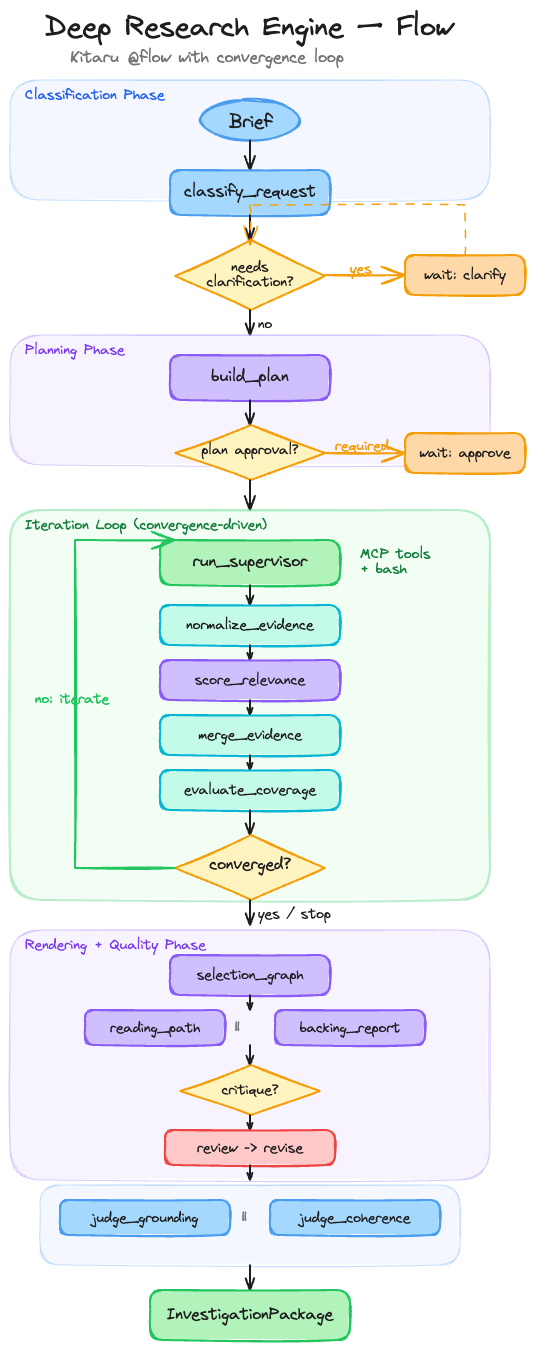
Above: flow.png in zenml-io/deep-research (Excalidraw), before the change. Source tidied: one line per element, renumbered; positions are measured from the earlier drawing's top-left corner, leaving out a move shared by most shapes. The source it was exported from:
```json
{"id": 0, "type": "text", "text": "Deep Research Engine — Flow", "strokeColor": "#1e1e1e", "strokeWidth": 2, "roughness": 1, "fontSize": 28, "fontFamily": 1, "x": 35, "y": 0, "width": 400, "height": 35}
{"id": 1, "type": "text", "text": "Kitaru @flow with convergence loop", "strokeColor": "#757575", "strokeWidth": 2, "roughness": 1, "fontSize": 16, "fontFamily": 1, "x": 60, "y": 38, "width": 300, "height": 20}
{"id": 2, "type": "rectangle", "strokeColor": "#4a9eed", "backgroundColor": "#dbe4ff", "fillStyle": "solid", "strokeWidth": 1, "roughness": 1, "opacity": 30, "round": true, "x": 0, "y": 70, "width": 480, "height": 120}
{"id": 3, "type": "text", "text": "Classification Phase", "strokeColor": "#2563eb", "strokeWidth": 2, "roughness": 1, "fontSize": 14, "fontFamily": 1, "x": 15, "y": 76, "width": 200, "height": 18}
{"id": 4, "type": "ellipse", "strokeColor": "#4a9eed", "backgroundColor": "#a5d8ff", "fillStyle": "solid", "strokeWidth": 2, "roughness": 1, "x": 190, "y": 90, "width": 100, "height": 40}
{"id": 5, "type": "text", "text": "Brief", "strokeColor": "#1e1e1e", "strokeWidth": 2, "roughness": 1, "fontSize": 18, "fontFamily": 1, "textAlign": "center", "verticalAlign": "middle", "inside": 4, "x": 216, "y": 100, "width": 50, "height": 25}
{"id": 6, "type": "arrow", "strokeColor": "#1e1e1e", "strokeWidth": 2, "roughness": 1, "endArrowhead": "arrow", "x": 240, "y": 130, "width": 0, "height": 30, "points": [[0, 0], [0, 30]]}
{"id": 7, "type": "rectangle", "strokeColor": "#4a9eed", "backgroundColor": "#a5d8ff", "fillStyle": "solid", "strokeWidth": 2, "roughness": 1, "round": true, "x": 160, "y": 160, "width": 160, "height": 45}
{"id": 8, "type": "text", "text": "classify_request", "strokeColor": "#1e1e1e", "strokeWidth": 2, "roughness": 1, "fontSize": 16, "fontFamily": 1, "textAlign": "center", "verticalAlign": "middle", "inside": 7, "x": 180, "y": 172, "width": 120, "height": 20}
{"id": 9, "type": "arrow", "strokeColor": "#1e1e1e", "strokeWidth": 2, "roughness": 1, "endArrowhead": "arrow", "x": 240, "y": 205, "width": 0, "height": 25, "points": [[0, 0], [0, 25]]}
{"id": 10, "type": "diamond", "strokeColor": "#f59e0b", "backgroundColor": "#fff3bf", "fillStyle": "solid", "strokeWidth": 2, "roughness": 1, "x": 165, "y": 230, "width": 150, "height": 70}
{"id": 11, "type": "text", "text": "needs\nclarification?", "strokeColor": "#1e1e1e", "strokeWidth": 2, "roughness": 1, "fontSize": 14, "fontFamily": 1, "textAlign": "center", "verticalAlign": "middle", "inside": 10, "x": 190, "y": 250, "width": 100, "height": 30}
{"id": 12, "type": "arrow", "strokeColor": "#f59e0b", "strokeWidth": 2, "roughness": 1, "endArrowhead": "arrow", "x": 315, "y": 265, "width": 80, "height": 0, "points": [[0, 0], [80, 0]]}
{"id": 13, "type": "text", "text": "yes", "strokeColor": "#f59e0b", "strokeWidth": 2, "roughness": 1, "fontSize": 14, "fontFamily": 1, "x": 340, "y": 250, "width": 30, "height": 18}
{"id": 14, "type": "rectangle", "strokeColor": "#f59e0b", "backgroundColor": "#ffd8a8", "fillStyle": "solid", "strokeWidth": 2, "roughness": 1, "round": true, "x": 395, "y": 245, "width": 120, "height": 40}
{"id": 15, "type": "text", "text": "wait: clarify", "strokeColor": "#1e1e1e", "strokeWidth": 2, "roughness": 1, "fontSize": 14, "fontFamily": 1, "textAlign": "center", "verticalAlign": "middle", "inside": 14, "x": 415, "y": 255, "width": 80, "height": 20}
{"id": 16, "type": "arrow", "strokeColor": "#f59e0b", "strokeWidth": 1, "strokeStyle": "dashed", "roughness": 1, "endArrowhead": "arrow", "x": 455, "y": 245, "width": 215, "height": 50, "points": [[0, 0], [0, -50], [-215, -50], [-215, -10]]}
{"id": 17, "type": "arrow", "strokeColor": "#1e1e1e", "strokeWidth": 2, "roughness": 1, "endArrowhead": "arrow", "x": 240, "y": 300, "width": 0, "height": 25, "points": [[0, 0], [0, 25]]}
{"id": 18, "type": "text", "text": "no", "strokeColor": "#1e1e1e", "strokeWidth": 2, "roughness": 1, "fontSize": 14, "fontFamily": 1, "x": 248, "y": 305, "width": 20, "height": 18}
{"id": 19, "type": "rectangle", "strokeColor": "#8b5cf6", "backgroundColor": "#e5dbff", "fillStyle": "solid", "strokeWidth": 1, "roughness": 1, "opacity": 30, "round": true, "x": 0, "y": 325, "width": 480, "height": 130}
{"id": 20, "type": "text", "text": "Planning Phase", "strokeColor": "#7c3aed", "strokeWidth": 2, "roughness": 1, "fontSize": 14, "fontFamily": 1, "x": 15, "y": 331, "width": 150, "height": 18}
{"id": 21, "type": "rectangle", "strokeColor": "#8b5cf6", "backgroundColor": "#d0bfff", "fillStyle": "solid", "strokeWidth": 2, "roughness": 1, "round": true, "x": 160, "y": 345, "width": 160, "height": 45}
{"id": 22, "type": "text", "text": "build_plan", "strokeColor": "#1e1e1e", "strokeWidth": 2, "roughness": 1, "fontSize": 16, "fontFamily": 1, "textAlign": "center", "verticalAlign": "middle", "inside": 21, "x": 195, "y": 357, "width": 90, "height": 20}
{"id": 23, "type": "arrow", "strokeColor": "#1e1e1e", "strokeWidth": 2, "roughness": 1, "endArrowhead": "arrow", "x": 240, "y": 390, "width": 0, "height": 25, "points": [[0, 0], [0, 25]]}
{"id": 24, "type": "diamond", "strokeColor": "#f59e0b", "backgroundColor": "#fff3bf", "fillStyle": "solid", "strokeWidth": 2, "roughness": 1, "x": 165, "y": 415, "width": 150, "height": 55}
{"id": 25, "type": "text", "text": "plan approval?", "strokeColor": "#1e1e1e", "strokeWidth": 2, "roughness": 1, "fontSize": 14, "fontFamily": 1, "textAlign": "center", "verticalAlign": "middle", "inside": 24, "x": 190, "y": 430, "width": 100, "height": 20}
{"id": 26, "type": "arrow", "strokeColor": "#f59e0b", "strokeWidth": 2, "roughness": 1, "endArrowhead": "arrow", "x": 315, "y": 443, "width": 80, "height": 0, "points": [[0, 0], [80, 0]]}
{"id": 27, "type": "text", "text": "required", "strokeColor": "#f59e0b", "strokeWidth": 2, "roughness": 1, "fontSize": 14, "fontFamily": 1, "x": 325, "y": 427, "width": 60, "height": 18}
{"id": 28, "type": "rectangle", "strokeColor": "#f59e0b", "backgroundColor": "#ffd8a8", "fillStyle": "solid", "strokeWidth": 2, "roughness": 1, "round": true, "x": 395, "y": 423, "width": 120, "height": 40}
{"id": 29, "type": "text", "text": "wait: approve", "strokeColor": "#1e1e1e", "strokeWidth": 2, "roughness": 1, "fontSize": 14, "fontFamily": 1, "textAlign": "center", "verticalAlign": "middle", "inside": 28, "x": 408, "y": 433, "width": 94, "height": 20}
{"id": 30, "type": "arrow", "strokeColor": "#1e1e1e", "strokeWidth": 2, "roughness": 1, "endArrowhead": "arrow", "x": 240, "y": 470, "width": 0, "height": 30, "points": [[0, 0], [0, 30]]}
{"id": 31, "type": "rectangle", "strokeColor": "#22c55e", "backgroundColor": "#d3f9d8", "fillStyle": "solid", "strokeWidth": 2, "roughness": 1, "opacity": 30, "round": true, "x": 0, "y": 500, "width": 480, "height": 390}
{"id": 32, "type": "text", "text": "Iteration Loop (convergence-driven)", "strokeColor": "#15803d", "strokeWidth": 2, "roughness": 1, "fontSize": 14, "fontFamily": 1, "x": 15, "y": 506, "width": 300, "height": 18}
{"id": 33, "type": "rectangle", "strokeColor": "#22c55e", "backgroundColor": "#b2f2bb", "fillStyle": "solid", "strokeWidth": 2, "roughness": 1, "round": true, "x": 150, "y": 530, "width": 180, "height": 45}
{"id": 34, "type": "text", "text": "run_supervisor", "strokeColor": "#1e1e1e", "strokeWidth": 2, "roughness": 1, "fontSize": 16, "fontFamily": 1, "textAlign": "center", "verticalAlign": "middle", "inside": 33, "x": 183, "y": 542, "width": 114, "height": 20}
{"id": 35, "type": "text", "text": "MCP tools\n+ bash", "strokeColor": "#15803d", "strokeWidth": 2, "roughness": 1, "fontSize": 14, "fontFamily": 1, "x": 350, "y": 537, "width": 70, "height": 30}
{"id": 36, "type": "arrow", "strokeColor": "#1e1e1e", "strokeWidth": 2, "roughness": 1, "endArrowhead": "arrow", "x": 240, "y": 575, "width": 0, "height": 20, "points": [[0, 0], [0, 20]]}
{"id": 37, "type": "rectangle", "strokeColor": "#06b6d4", "backgroundColor": "#c3fae8", "fillStyle": "solid", "strokeWidth": 2, "roughness": 1, "round": true, "x": 150, "y": 595, "width": 180, "height": 40}
{"id": 38, "type": "text", "text": "normalize_evidence", "strokeColor": "#1e1e1e", "strokeWidth": 2, "roughness": 1, "fontSize": 14, "fontFamily": 1, "textAlign": "center", "verticalAlign": "middle", "inside": 37, "x": 168, "y": 605, "width": 144, "height": 20}
{"id": 39, "type": "arrow", "strokeColor": "#1e1e1e", "strokeWidth": 2, "roughness": 1, "endArrowhead": "arrow", "x": 240, "y": 635, "width": 0, "height": 15, "points": [[0, 0], [0, 15]]}
{"id": 40, "type": "rectangle", "strokeColor": "#8b5cf6", "backgroundColor": "#d0bfff", "fillStyle": "solid", "strokeWidth": 2, "roughness": 1, "round": true, "x": 150, "y": 650, "width": 180, "height": 40}
{"id": 41, "type": "text", "text": "score_relevance", "strokeColor": "#1e1e1e", "strokeWidth": 2, "roughness": 1, "fontSize": 14, "fontFamily": 1, "textAlign": "center", "verticalAlign": "middle", "inside": 40, "x": 178, "y": 660, "width": 124, "height": 20}
{"id": 42, "type": "arrow", "strokeColor": "#1e1e1e", "strokeWidth": 2, "roughness": 1, "endArrowhead": "arrow", "x": 240, "y": 690, "width": 0, "height": 15, "points": [[0, 0], [0, 15]]}
{"id": 43, "type": "rectangle", "strokeColor": "#06b6d4", "backgroundColor": "#c3fae8", "fillStyle": "solid", "strokeWidth": 2, "roughness": 1, "round": true, "x": 150, "y": 705, "width": 180, "height": 40}
{"id": 44, "type": "text", "text": "merge_evidence", "strokeColor": "#1e1e1e", "strokeWidth": 2, "roughness": 1, "fontSize": 14, "fontFamily": 1, "textAlign": "center", "verticalAlign": "middle", "inside": 43, "x": 180, "y": 715, "width": 120, "height": 20}
{"id": 45, "type": "arrow", "strokeColor": "#1e1e1e", "strokeWidth": 2, "roughness": 1, "endArrowhead": "arrow", "x": 240, "y": 745, "width": 0, "height": 15, "points": [[0, 0], [0, 15]]}
{"id": 46, "type": "rectangle", "strokeColor": "#06b6d4", "backgroundColor": "#c3fae8", "fillStyle": "solid", "strokeWidth": 2, "roughness": 1, "round": true, "x": 150, "y": 760, "width": 180, "height": 40}
{"id": 47, "type": "text", "text": "evaluate_coverage", "strokeColor": "#1e1e1e", "strokeWidth": 2, "roughness": 1, "fontSize": 14, "fontFamily": 1, "textAlign": "center", "verticalAlign": "middle", "inside": 46, "x": 168, "y": 770, "width": 144, "height": 20}
{"id": 48, "type": "arrow", "strokeColor": "#1e1e1e", "strokeWidth": 2, "roughness": 1, "endArrowhead": "arrow", "x": 240, "y": 800, "width": 0, "height": 25, "points": [[0, 0], [0, 25]]}
{"id": 49, "type": "diamond", "strokeColor": "#f59e0b", "backgroundColor": "#fff3bf", "fillStyle": "solid", "strokeWidth": 2, "roughness": 1, "x": 165, "y": 825, "width": 150, "height": 65}
{"id": 50, "type": "text", "text": "converged?", "strokeColor": "#1e1e1e", "strokeWidth": 2, "roughness": 1, "fontSize": 16, "fontFamily": 1, "textAlign": "center", "verticalAlign": "middle", "inside": 49, "x": 198, "y": 845, "width": 84, "height": 20}
{"id": 51, "type": "arrow", "strokeColor": "#22c55e", "strokeWidth": 2, "roughness": 1, "endArrowhead": "arrow", "x": 165, "y": 858, "width": 100, "height": 328, "points": [[0, 0], [-100, 0], [-100, -328], [0, -328]]}
{"id": 52, "type": "text", "text": "no: iterate", "strokeColor": "#22c55e", "strokeWidth": 2, "roughness": 1, "fontSize": 14, "fontFamily": 1, "x": 25, "y": 680, "width": 60, "height": 18}
{"id": 53, "type": "arrow", "strokeColor": "#1e1e1e", "strokeWidth": 2, "roughness": 1, "endArrowhead": "arrow", "x": 240, "y": 890, "width": 0, "height": 25, "points": [[0, 0], [0, 25]]}
{"id": 54, "type": "text", "text": "yes / stop", "strokeColor": "#1e1e1e", "strokeWidth": 2, "roughness": 1, "fontSize": 14, "fontFamily": 1, "x": 248, "y": 895, "width": 70, "height": 18}
{"id": 55, "type": "rectangle", "strokeColor": "#8b5cf6", "backgroundColor": "#e5dbff", "fillStyle": "solid", "strokeWidth": 1, "roughness": 1, "opacity": 30, "round": true, "x": 0, "y": 920, "width": 480, "height": 250}
{"id": 56, "type": "text", "text": "Rendering + Quality Phase", "strokeColor": "#7c3aed", "strokeWidth": 2, "roughness": 1, "fontSize": 14, "fontFamily": 1, "x": 15, "y": 926, "width": 220, "height": 18}
{"id": 57, "type": "rectangle", "strokeColor": "#8b5cf6", "backgroundColor": "#d0bfff", "fillStyle": "solid", "strokeWidth": 2, "roughness": 1, "round": true, "x": 160, "y": 945, "width": 160, "height": 40}
{"id": 58, "type": "text", "text": "selection_graph", "strokeColor": "#1e1e1e", "strokeWidth": 2, "roughness": 1, "fontSize": 14, "fontFamily": 1, "textAlign": "center", "verticalAlign": "middle", "inside": 57, "x": 180, "y": 955, "width": 120, "height": 20}
{"id": 59, "type": "arrow", "strokeColor": "#1e1e1e", "strokeWidth": 2, "roughness": 1, "endArrowhead": "arrow", "x": 240, "y": 985, "width": 0, "height": 15, "points": [[0, 0], [0, 15]]}
{"id": 60, "type": "rectangle", "strokeColor": "#8b5cf6", "backgroundColor": "#d0bfff", "fillStyle": "solid", "strokeWidth": 2, "roughness": 1, "round": true, "x": 75, "y": 1000, "width": 140, "height": 35}
{"id": 61, "type": "text", "text": "reading_path", "strokeColor": "#1e1e1e", "strokeWidth": 2, "roughness": 1, "fontSize": 14, "fontFamily": 1, "textAlign": "center", "verticalAlign": "middle", "inside": 60, "x": 100, "y": 1008, "width": 90, "height": 20}
{"id": 62, "type": "rectangle", "strokeColor": "#8b5cf6", "backgroundColor": "#d0bfff", "fillStyle": "solid", "strokeWidth": 2, "roughness": 1, "round": true, "x": 265, "y": 1000, "width": 150, "height": 35}
{"id": 63, "type": "text", "text": "backing_report", "strokeColor": "#1e1e1e", "strokeWidth": 2, "roughness": 1, "fontSize": 14, "fontFamily": 1, "textAlign": "center", "verticalAlign": "middle", "inside": 62, "x": 285, "y": 1008, "width": 110, "height": 20}
{"id": 64, "type": "text", "text": "||", "strokeColor": "#757575", "strokeWidth": 2, "roughness": 1, "fontSize": 14, "fontFamily": 1, "x": 225, "y": 1008, "width": 20, "height": 18}
{"id": 65, "type": "arrow", "strokeColor": "#1e1e1e", "strokeWidth": 2, "roughness": 1, "endArrowhead": "arrow", "x": 240, "y": 1035, "width": 0, "height": 20, "points": [[0, 0], [0, 20]]}
{"id": 66, "type": "diamond", "strokeColor": "#f59e0b", "backgroundColor": "#fff3bf", "fillStyle": "solid", "strokeWidth": 2, "roughness": 1, "x": 170, "y": 1055, "width": 140, "height": 50}
{"id": 67, "type": "text", "text": "critique?", "strokeColor": "#1e1e1e", "strokeWidth": 2, "roughness": 1, "fontSize": 14, "fontFamily": 1, "textAlign": "center", "verticalAlign": "middle", "inside": 66, "x": 205, "y": 1070, "width": 70, "height": 20}
{"id": 68, "type": "arrow", "strokeColor": "#1e1e1e", "strokeWidth": 2, "roughness": 1, "endArrowhead": "arrow", "x": 240, "y": 1105, "width": 0, "height": 15, "points": [[0, 0], [0, 15]]}
{"id": 69, "type": "rectangle", "strokeColor": "#ef4444", "backgroundColor": "#ffc9c9", "fillStyle": "solid", "strokeWidth": 2, "roughness": 1, "round": true, "x": 155, "y": 1120, "width": 170, "height": 35}
{"id": 70, "type": "text", "text": "review -> revise", "strokeColor": "#1e1e1e", "strokeWidth": 2, "roughness": 1, "fontSize": 14, "fontFamily": 1, "textAlign": "center", "verticalAlign": "middle", "inside": 69, "x": 180, "y": 1128, "width": 120, "height": 20}
{"id": 71, "type": "arrow", "strokeColor": "#1e1e1e", "strokeWidth": 2, "roughness": 1, "endArrowhead": "arrow", "x": 240, "y": 1155, "width": 0, "height": 15, "points": [[0, 0], [0, 15]]}
{"id": 72, "type": "rectangle", "strokeColor": "#4a9eed", "backgroundColor": "#dbe4ff", "fillStyle": "solid", "strokeWidth": 1, "roughness": 1, "opacity": 30, "round": true, "x": 30, "y": 1175, "width": 420, "height": 80}
{"id": 73, "type": "rectangle", "strokeColor": "#4a9eed", "backgroundColor": "#a5d8ff", "fillStyle": "solid", "strokeWidth": 2, "roughness": 1, "round": true, "x": 50, "y": 1190, "width": 170, "height": 35}
{"id": 74, "type": "text", "text": "judge_grounding", "strokeColor": "#1e1e1e", "strokeWidth": 2, "roughness": 1, "fontSize": 14, "fontFamily": 1, "textAlign": "center", "verticalAlign": "middle", "inside": 73, "x": 72, "y": 1198, "width": 126, "height": 20}
{"id": 75, "type": "rectangle", "strokeColor": "#4a9eed", "backgroundColor": "#a5d8ff", "fillStyle": "solid", "strokeWidth": 2, "roughness": 1, "round": true, "x": 260, "y": 1190, "width": 170, "height": 35}
{"id": 76, "type": "text", "text": "judge_coherence", "strokeColor": "#1e1e1e", "strokeWidth": 2, "roughness": 1, "fontSize": 14, "fontFamily": 1, "textAlign": "center", "verticalAlign": "middle", "inside": 75, "x": 282, "y": 1198, "width": 126, "height": 20}
{"id": 77, "type": "text", "text": "||", "strokeColor": "#757575", "strokeWidth": 2, "roughness": 1, "fontSize": 14, "fontFamily": 1, "x": 232, "y": 1198, "width": 20, "height": 18}
{"id": 78, "type": "arrow", "strokeColor": "#1e1e1e", "strokeWidth": 2, "roughness": 1, "endArrowhead": "arrow", "x": 240, "y": 1255, "width": 0, "height": 25, "points": [[0, 0], [0, 25]]}
{"id": 79, "type": "rectangle", "strokeColor": "#22c55e", "backgroundColor": "#b2f2bb", "fillStyle": "solid", "strokeWidth": 2, "roughness": 1, "round": true, "x": 140, "y": 1280, "width": 200, "height": 50}
{"id": 80, "type": "text", "text": "InvestigationPackage", "strokeColor": "#1e1e1e", "strokeWidth": 2, "roughness": 1, "fontSize": 16, "fontFamily": 1, "textAlign": "center", "verticalAlign": "middle", "inside": 79, "x": 160, "y": 1293, "width": 160, "height": 24}
```
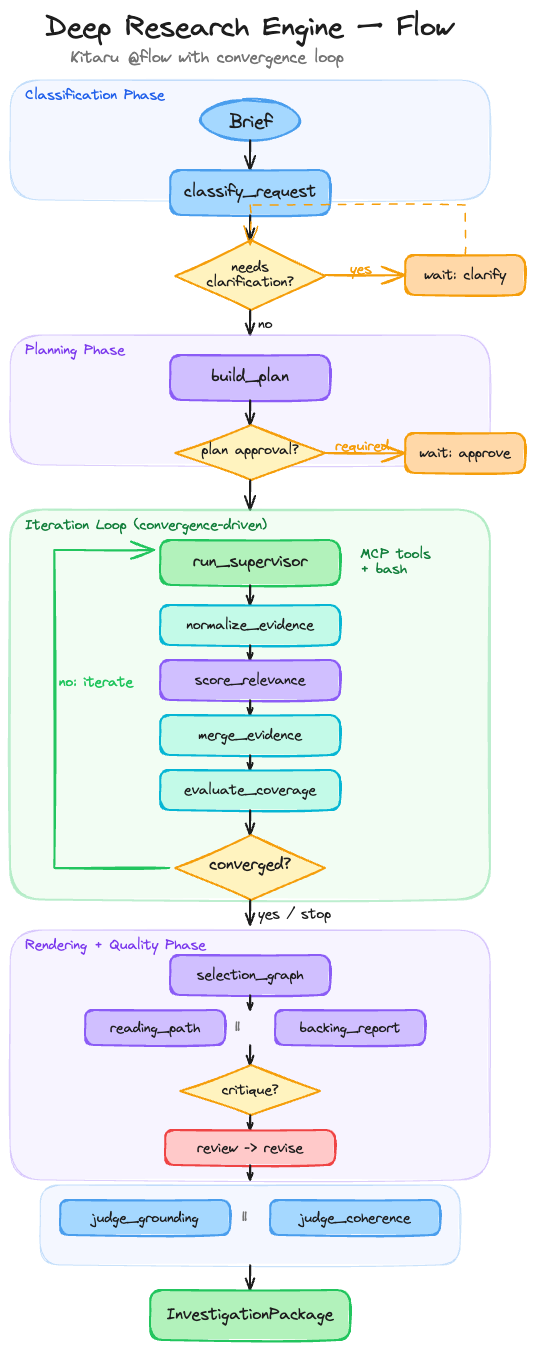
Later version of the same file.

What changed in the source:
```diff
@@ -49,8 +49,8 @@
 {"id": 48, "type": "arrow", "strokeColor": "#1e1e1e", "strokeWidth": 2, "roughness": 1, "endArrowhead": "arrow", "x": 240, "y": 800, "width": 0, "height": 25, "points": [[0, 0], [0, 25]]}
 {"id": 49, "type": "diamond", "strokeColor": "#f59e0b", "backgroundColor": "#fff3bf", "fillStyle": "solid", "strokeWidth": 2, "roughness": 1, "x": 165, "y": 825, "width": 150, "height": 65}
 {"id": 50, "type": "text", "text": "converged?", "strokeColor": "#1e1e1e", "strokeWidth": 2, "roughness": 1, "fontSize": 16, "fontFamily": 1, "textAlign": "center", "verticalAlign": "middle", "inside": 49, "x": 198, "y": 845, "width": 84, "height": 20}
-{"id": 51, "type": "arrow", "strokeColor": "#22c55e", "strokeWidth": 2, "roughness": 1, "endArrowhead": "arrow", "x": 165, "y": 858, "width": 100, "height": 328, "points": [[0, 0], [-100, 0], [-100, -328], [0, -328]]}
+{"id": 51, "type": "arrow", "strokeColor": "#22c55e", "strokeWidth": 2, "roughness": 1, "endArrowhead": "arrow", "from": 49, "x": 159, "y": 858, "width": 115, "height": 318, "points": [[0, 0], [-115, 0], [-115, -318], [-15, -318]]}
-{"id": 52, "type": "text", "text": "no: iterate", "strokeColor": "#22c55e", "strokeWidth": 2, "roughness": 1, "fontSize": 14, "fontFamily": 1, "x": 25, "y": 680, "width": 60, "height": 18}
+{"id": 52, "type": "text", "text": "no: iterate", "strokeColor": "#22c55e", "strokeWidth": 2, "roughness": 1, "fontSize": 14, "fontFamily": 1, "x": 49, "y": 663, "width": 74, "height": 18}
 {"id": 53, "type": "arrow", "strokeColor": "#1e1e1e", "strokeWidth": 2, "roughness": 1, "endArrowhead": "arrow", "x": 240, "y": 890, "width": 0, "height": 25, "points": [[0, 0], [0, 25]]}
 {"id": 54, "type": "text", "text": "yes / stop", "strokeColor": "#1e1e1e", "strokeWidth": 2, "roughness": 1, "fontSize": 14, "fontFamily": 1, "x": 248, "y": 895, "width": 70, "height": 18}
 {"id": 55, "type": "rectangle", "strokeColor": "#8b5cf6", "backgroundColor": "#e5dbff", "fillStyle": "solid", "strokeWidth": 1, "roughness": 1, "opacity": 30, "round": true, "x": 0, "y": 920, "width": 480, "height": 250}
```
